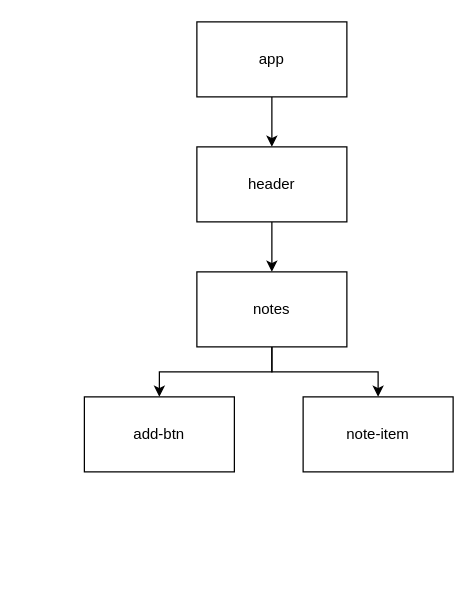
Before: notetaking.drawio in pauliee99/notetaking, a draw.io diagram. Source tidied: cells renumbered, new cells numbered last; positions are measured from the earlier drawing's top-left corner, leaving out a move shared by most shapes. Both pictures are drawn from the tidied source at 125%, with x=0, y=0 at pixel (84, 21).
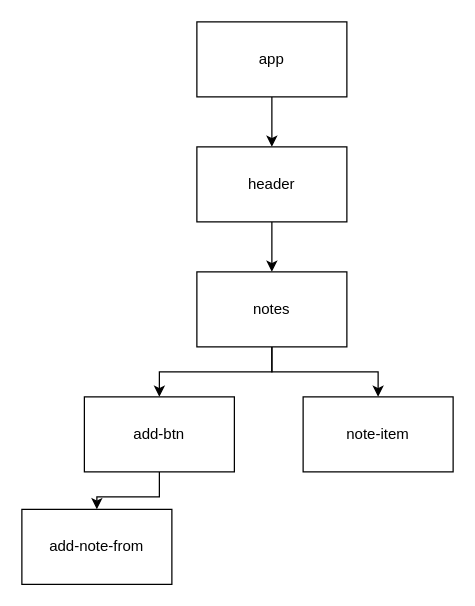
The same page after the edit.

What changed in the source:
```diff
@@
 <mxGraphModel>
   <root>
     <mxCell id="0" />
     <mxCell id="1" parent="0" />
     <mxCell id="2" style="edgeStyle=orthogonalEdgeStyle;rounded=0;jettySize=auto;html=1;exitX=0.5;exitY=1;exitDx=0;exitDy=0;entryX=0.5;entryY=0;entryDx=0;entryDy=0;" parent="1" edge="1" source="3" target="5">
       <mxGeometry relative="1" as="geometry" />
     </mxCell>
     <mxCell id="3" value="app" style="rounded=0;whiteSpace=wrap;html=1;" parent="1" vertex="1">
       <mxGeometry x="90" width="120" height="60" as="geometry" />
     </mxCell>
     <mxCell id="4" style="edgeStyle=orthogonalEdgeStyle;rounded=0;jettySize=auto;html=1;exitX=0.5;exitY=1;exitDx=0;exitDy=0;entryX=0.5;entryY=0;entryDx=0;entryDy=0;" parent="1" edge="1" source="5" target="8">
       <mxGeometry relative="1" as="geometry" />
     </mxCell>
     <mxCell id="5" value="header" style="rounded=0;whiteSpace=wrap;html=1;" parent="1" vertex="1">
       <mxGeometry x="90" y="100" width="120" height="60" as="geometry" />
     </mxCell>
     <mxCell id="6" style="edgeStyle=orthogonalEdgeStyle;rounded=0;jettySize=auto;html=1;exitX=0.5;exitY=1;exitDx=0;exitDy=0;entryX=0.5;entryY=0;entryDx=0;entryDy=0;" parent="1" edge="1" source="8" target="9">
       <mxGeometry relative="1" as="geometry" />
     </mxCell>
     <mxCell id="7" style="edgeStyle=orthogonalEdgeStyle;rounded=0;jettySize=auto;html=1;exitX=0.5;exitY=1;exitDx=0;exitDy=0;entryX=0.5;entryY=0;entryDx=0;entryDy=0;" parent="1" edge="1" source="8" target="10">
       <mxGeometry relative="1" as="geometry" />
     </mxCell>
     <mxCell id="8" value="notes" style="rounded=0;whiteSpace=wrap;html=1;" parent="1" vertex="1">
       <mxGeometry x="90" y="200" width="120" height="60" as="geometry" />
     </mxCell>
+    <mxCell id="11" style="edgeStyle=orthogonalEdgeStyle;rounded=0;jettySize=auto;html=1;exitX=0.5;exitY=1;exitDx=0;exitDy=0;entryX=0.5;entryY=0;entryDx=0;entryDy=0;" parent="1" edge="1" source="9" target="12">
+      <mxGeometry relative="1" as="geometry" />
+    </mxCell>
     <mxCell id="9" value="add-btn" style="rounded=0;whiteSpace=wrap;html=1;" parent="1" vertex="1">
       <mxGeometry y="300" width="120" height="60" as="geometry" />
     </mxCell>
     <mxCell id="10" value="note-item" style="rounded=0;whiteSpace=wrap;html=1;" parent="1" vertex="1">
       <mxGeometry x="175" y="300" width="120" height="60" as="geometry" />
     </mxCell>
+    <mxCell id="12" value="add-note-from" style="rounded=0;whiteSpace=wrap;html=1;" parent="1" vertex="1">
+      <mxGeometry x="-50" y="390" width="120" height="60" as="geometry" />
+    </mxCell>
   </root>
 </mxGraphModel>
```
